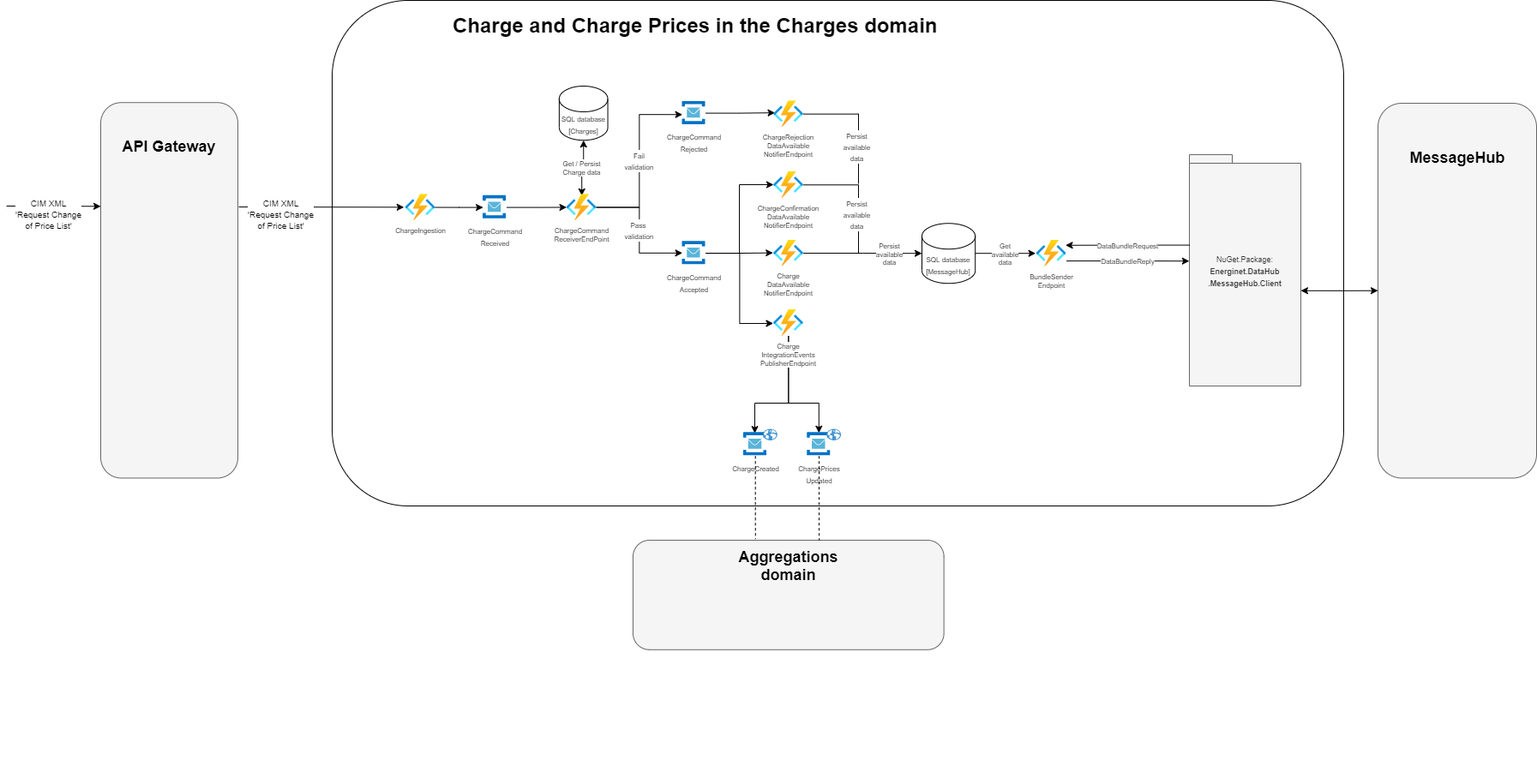
Above: ARCHITECTURE-ChargeAndChargePrices.png in Energinet-DataHub/ARCHIVED-geh-charges (draw.io), before the change. Source tidied: cells renumbered, new cells last; positions are measured from the earlier drawing's top-left corner, leaving out a move shared by most shapes.
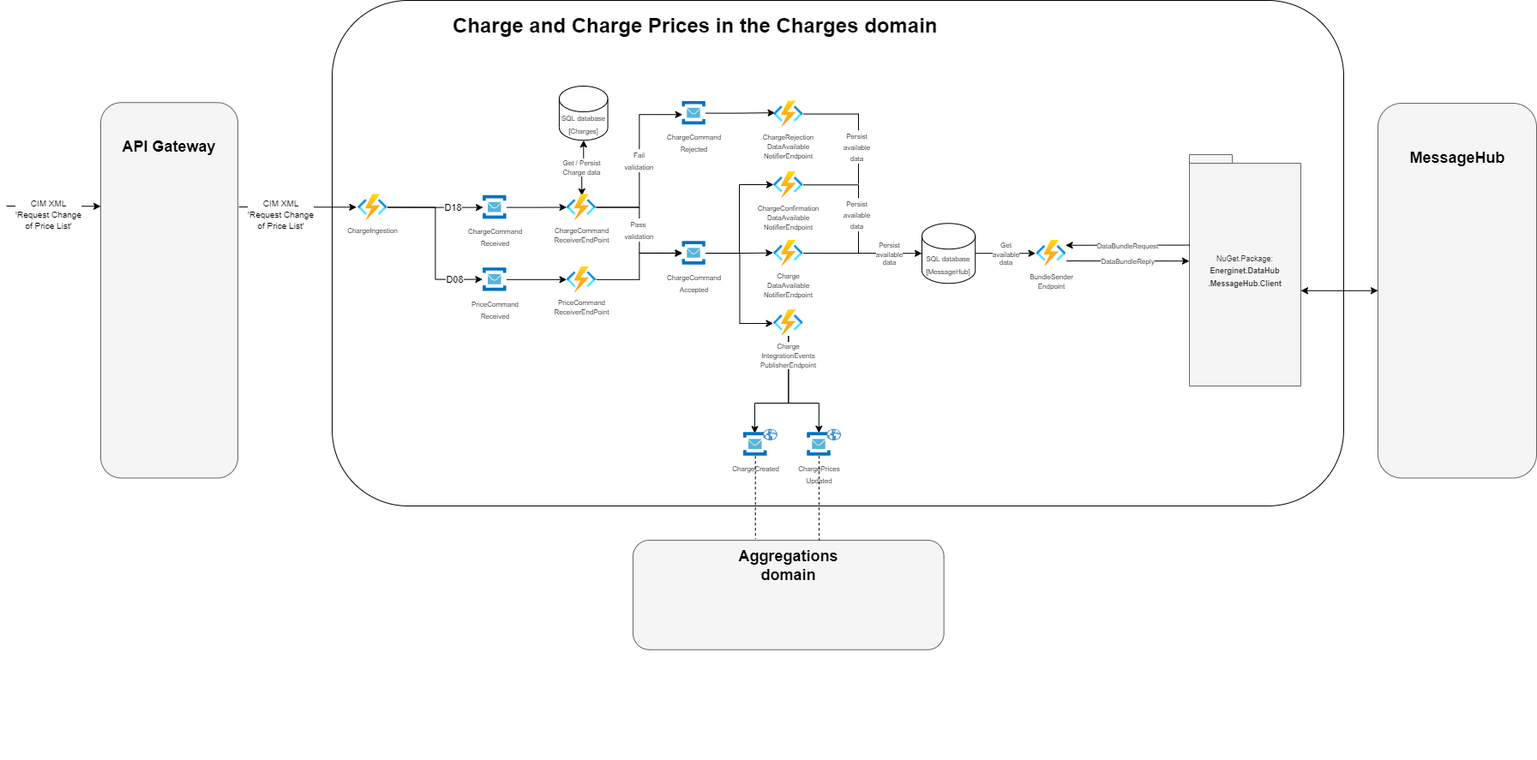
The same diagram one commit later.

Commit message:
update architecture drawing

The edit, as a diff of the source:
```diff
@@ -14,14 +14,23 @@
     <mxCell id="5" style="edgeStyle=orthogonalEdgeStyle;rounded=0;jettySize=auto;html=1;fontSize=9;startArrow=classic;startFill=1;endArrow=none;endFill=0;" parent="2" edge="1" source="7" target="8">
       <mxGeometry relative="1" as="geometry" />
     </mxCell>
+    <mxCell id="56" value="D18" style="edgeLabel;html=1;align=center;verticalAlign=middle;" parent="5" vertex="1">
+      <mxGeometry x="-0.36" relative="1" as="geometry" />
+    </mxCell>
     <mxCell id="6" style="edgeStyle=orthogonalEdgeStyle;rounded=0;jettySize=auto;html=1;fontSize=9;startArrow=none;startFill=0;endArrow=classic;endFill=1;" parent="2" edge="1" source="7" target="12">
       <mxGeometry relative="1" as="geometry" />
     </mxCell>
     <mxCell id="7" value="&lt;font style=&quot;font-size: 8px&quot;&gt;ChargeCommand&lt;br&gt;Received&lt;/font&gt;" style="html=1;points=[];align=center;image;fontSize=12;image=img/lib/mscae/Service_Bus.svg;" parent="2" vertex="1">
       <mxGeometry x="216.1" y="227.9" width="27.4" height="27.4" as="geometry" />
     </mxCell>
+    <mxCell id="57" style="edgeStyle=orthogonalEdgeStyle;rounded=0;jettySize=auto;html=1;entryX=-0.025;entryY=0.492;entryDx=0;entryDy=0;entryPerimeter=0;" parent="2" edge="1" source="8" target="62">
+      <mxGeometry relative="1" as="geometry" />
+    </mxCell>
+    <mxCell id="58" value="D08" style="edgeLabel;html=1;align=center;verticalAlign=middle;" parent="57" vertex="1">
+      <mxGeometry x="0.66" relative="1" as="geometry" />
+    </mxCell>
     <mxCell id="8" value="&lt;font style=&quot;font-size: 8px&quot;&gt;ChargeIngestion&lt;/font&gt;" style="html=1;points=[];align=center;image;fontSize=9;image=img/lib/azure2/compute/Function_Apps.svg;labelPosition=center;verticalLabelPosition=bottom;verticalAlign=top;" parent="2" vertex="1">
-      <mxGeometry x="125.4" y="226.2" width="34.7" height="30.6" as="geometry" />
+      <mxGeometry x="70" y="226.2" width="34.7" height="30.6" as="geometry" />
     </mxCell>
     <mxCell id="9" value="&lt;font style=&quot;font-size: 8px&quot;&gt;Get / Persist&lt;br&gt;Charge data&lt;/font&gt;" style="edgeStyle=orthogonalEdgeStyle;rounded=0;jettySize=auto;html=1;fontSize=9;startArrow=classic;startFill=1;endArrow=classic;endFill=1;exitX=0.51;exitY=0.055;exitDx=0;exitDy=0;exitPerimeter=0;" parent="2" edge="1" source="12" target="26">
       <mxGeometry relative="1" as="geometry" />
@@ -163,6 +172,18 @@
     <mxCell id="45" value="&lt;div&gt;&lt;span style=&quot;font-size: 8px&quot;&gt;Persist&lt;/span&gt;&lt;/div&gt;&lt;font style=&quot;font-size: 8px&quot;&gt;&lt;div&gt;available&lt;/div&gt;&lt;div&gt;data&lt;/div&gt;&lt;/font&gt;" style="edgeStyle=orthogonalEdgeStyle;rounded=0;jettySize=auto;html=1;endArrow=classic;endFill=1;entryX=0;entryY=0.5;entryDx=0;entryDy=0;entryPerimeter=0;align=center;" parent="2" edge="1" source="19" target="43">
       <mxGeometry x="0.45" relative="1" as="geometry" />
     </mxCell>
+    <mxCell id="59" style="edgeStyle=orthogonalEdgeStyle;rounded=0;jettySize=auto;html=1;entryX=-0.005;entryY=0.505;entryDx=0;entryDy=0;entryPerimeter=0;" parent="2" edge="1" source="60" target="18">
+      <mxGeometry relative="1" as="geometry" />
+    </mxCell>
+    <mxCell id="60" value="&lt;font style=&quot;font-size: 8px&quot;&gt;PriceCommand&lt;br&gt;ReceiverEndPoint&lt;br&gt;&lt;/font&gt;" style="html=1;points=[];align=center;image;fontSize=9;image=img/lib/azure2/compute/Function_Apps.svg;labelPosition=center;verticalLabelPosition=bottom;verticalAlign=top;" parent="2" vertex="1">
+      <mxGeometry x="313.6" y="310.5" width="34.7" height="30.6" as="geometry" />
+    </mxCell>
+    <mxCell id="61" style="edgeStyle=orthogonalEdgeStyle;rounded=0;jettySize=auto;html=1;" parent="2" edge="1" source="62" target="60">
+      <mxGeometry relative="1" as="geometry" />
+    </mxCell>
+    <mxCell id="62" value="&lt;font style=&quot;font-size: 8px&quot;&gt;PriceCommand&lt;br&gt;Received&lt;/font&gt;" style="html=1;points=[];align=center;image;fontSize=12;image=img/lib/mscae/Service_Bus.svg;" parent="2" vertex="1">
+      <mxGeometry x="216.1" y="312.1" width="27.4" height="27.4" as="geometry" />
+    </mxCell>
     <mxCell id="46" style="rounded=1;whiteSpace=wrap;html=1;fillColor=#f5f5f5;strokeColor=#666666;fontColor=#333333;" parent="1" vertex="1">
       <mxGeometry x="110" y="119.2" width="160" height="438.2" as="geometry" />
     </mxCell>
@@ -170,7 +191,7 @@
       <mxGeometry x="115" y="160" width="150" height="22.6" as="geometry" />
     </mxCell>
     <mxCell id="48" value="&lt;span style=&quot;font-size: x-small&quot;&gt;CIM XML&lt;/span&gt;&lt;br style=&quot;font-size: x-small&quot;&gt;&lt;span style=&quot;font-size: x-small&quot;&gt;'Request Change&lt;/span&gt;&lt;br style=&quot;font-size: x-small&quot;&gt;&lt;span style=&quot;font-size: x-small&quot;&gt;of Price List'&lt;/span&gt;" style="endArrow=classic;html=1;entryX=-0.048;entryY=0.494;entryDx=0;entryDy=0;entryPerimeter=0;exitX=1.007;exitY=0.278;exitDx=0;exitDy=0;exitPerimeter=0;" parent="1" edge="1" source="46" target="8">
-      <mxGeometry x="-0.49" y="-9" relative="1" as="geometry" />
+      <mxGeometry x="-0.29" y="-9" relative="1" as="geometry" />
     </mxCell>
     <mxCell id="49" style="group;" parent="1" vertex="1">
       <mxGeometry x="1600" y="120" width="185" height="437.4" as="geometry" />
```
